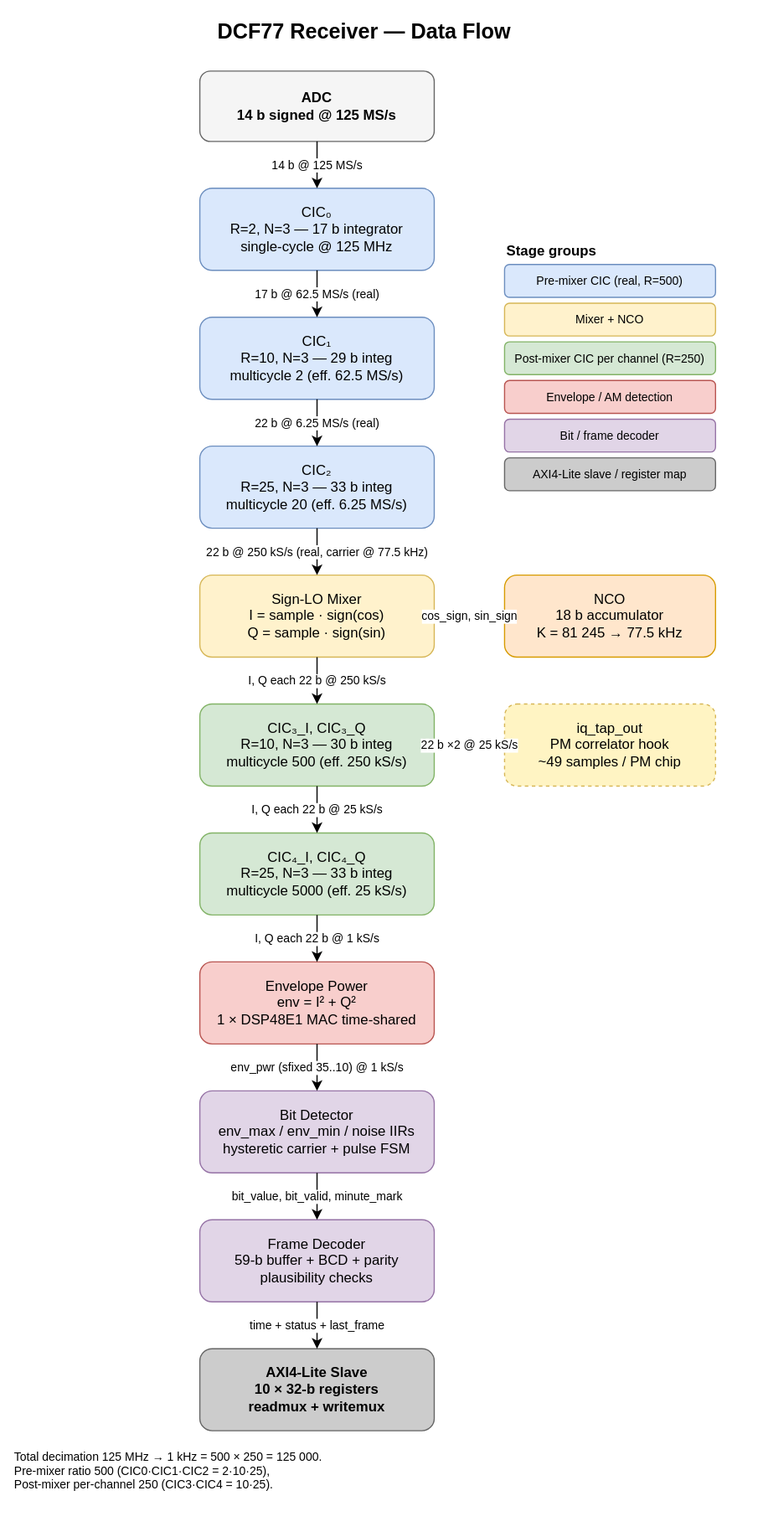
Before: doc/dcf77-dataflow.drawio.svg, a diagram exported from draw.io (dg1yfe/dcf77). Source tidied: cells renumbered, new cells last; positions are measured from the earlier drawing's top-left corner, leaving out a move shared by most shapes.
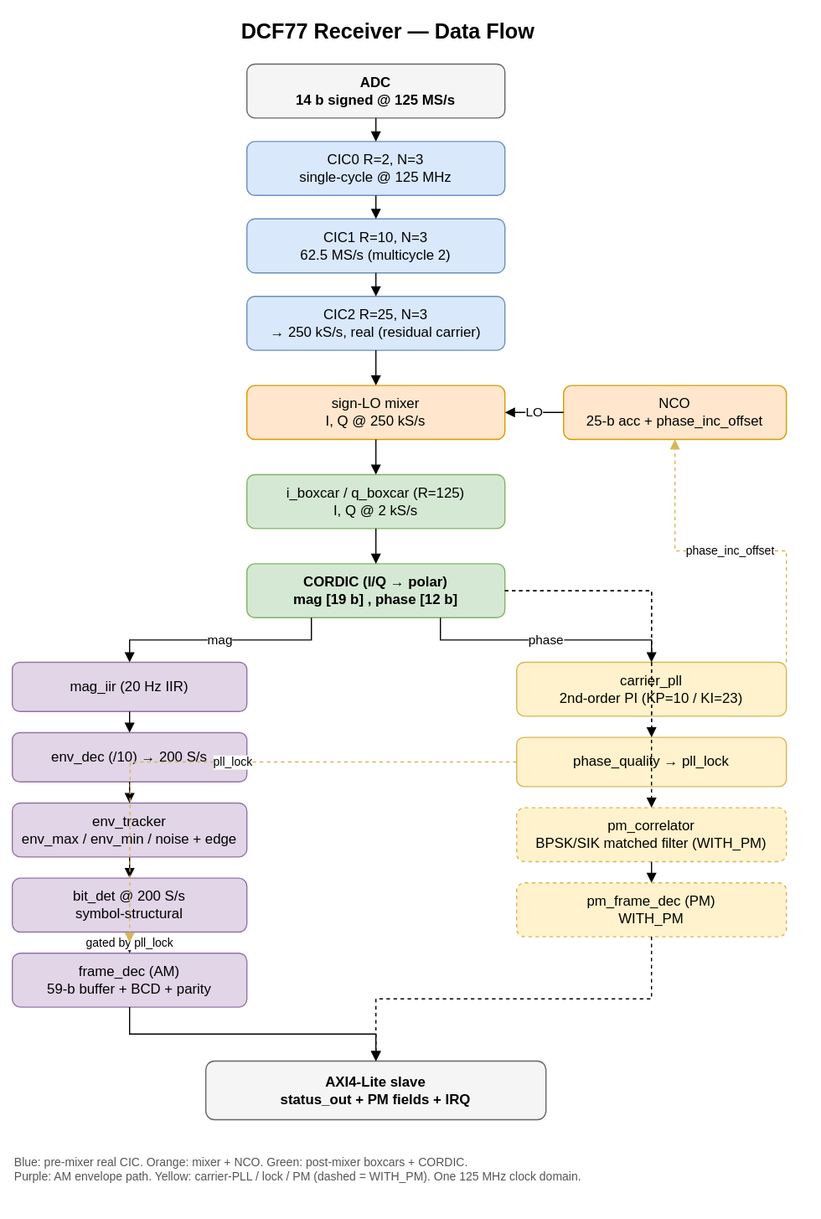
Above is the later version.

Commit message:
doc: redraw dataflow + register-map diagrams for the current architecture

The dataflow SVG still drew the removed CIC3/CIC4 complex post-mixer cascade and an iq_tap port; the register-map SVG showed the old 10-register layout with a FLAGS register. Redraw both from fresh draw.io sources: the current CIC0..CIC2 + mixer/NCO + R=125 boxcars + CORDIC chain with the AM / carrier-PLL / PM branches, and the full 0x00-0x60 register map (reserved 0x10/0x44, PM and PLL blocks marked by their generics).

Change to the diagram source:
```diff
@@ -1,108 +1,126 @@
-<mxGraphModel background="#ffffff">
+<mxGraphModel>
   <root>
     <mxCell id="0" />
     <mxCell id="1" parent="0" />
-    <mxCell id="2" value="DCF77 Receiver — Data Flow" style="text;align=center;fontSize=18;fontStyle=1;html=1;" parent="1" vertex="1">
-      <mxGeometry x="80" width="440" height="30" as="geometry" />
+    <mxCell id="2" value="DCF77 Receiver — Data Flow" style="text;html=1;align=center;fontSize=18;fontStyle=1;" parent="1" vertex="1">
+      <mxGeometry x="140" y="2" width="420" height="30" as="geometry" />
     </mxCell>
     <mxCell id="3" value="ADC&#10;14 b signed @ 125 MS/s" style="rounded=1;whiteSpace=wrap;html=1;fillColor=#f5f5f5;strokeColor=#666666;fontStyle=1;" parent="1" vertex="1">
-      <mxGeometry x="160" y="50" width="200" height="60" as="geometry" />
+      <mxGeometry x="230" y="46" width="220" height="46" as="geometry" />
     </mxCell>
-    <mxCell id="4" value="CIC₀&#10;R=2, N=3 — 17 b integrator&#10;single-cycle @ 125 MHz" style="rounded=1;whiteSpace=wrap;html=1;fillColor=#dae8fc;strokeColor=#6c8ebf;" parent="1" vertex="1">
-      <mxGeometry x="160" y="150" width="200" height="70" as="geometry" />
+    <mxCell id="4" value="CIC0  R=2, N=3&#10;single-cycle @ 125 MHz" style="rounded=1;whiteSpace=wrap;html=1;fillColor=#dae8fc;strokeColor=#6c8ebf;" parent="1" vertex="1">
+      <mxGeometry x="230" y="112" width="220" height="46" as="geometry" />
     </mxCell>
-    <mxCell id="5" value="CIC₁&#10;R=10, N=3 — 29 b integ&#10;multicycle 2 (eff. 62.5 MS/s)" style="rounded=1;whiteSpace=wrap;html=1;fillColor=#dae8fc;strokeColor=#6c8ebf;" parent="1" vertex="1">
-      <mxGeometry x="160" y="260" width="200" height="70" as="geometry" />
+    <mxCell id="5" value="CIC1  R=10, N=3&#10;62.5 MS/s (multicycle 2)" style="rounded=1;whiteSpace=wrap;html=1;fillColor=#dae8fc;strokeColor=#6c8ebf;" parent="1" vertex="1">
+      <mxGeometry x="230" y="178" width="220" height="46" as="geometry" />
     </mxCell>
-    <mxCell id="6" value="CIC₂&#10;R=25, N=3 — 33 b integ&#10;multicycle 20 (eff. 6.25 MS/s)" style="rounded=1;whiteSpace=wrap;html=1;fillColor=#dae8fc;strokeColor=#6c8ebf;" parent="1" vertex="1">
-      <mxGeometry x="160" y="370" width="200" height="70" as="geometry" />
+    <mxCell id="6" value="CIC2  R=25, N=3&#10;→ 250 kS/s, real (residual carrier)" style="rounded=1;whiteSpace=wrap;html=1;fillColor=#dae8fc;strokeColor=#6c8ebf;" parent="1" vertex="1">
+      <mxGeometry x="230" y="244" width="220" height="46" as="geometry" />
     </mxCell>
-    <mxCell id="7" value="Sign-LO Mixer&#10;I = sample · sign(cos)&#10;Q = sample · sign(sin)" style="rounded=1;whiteSpace=wrap;html=1;fillColor=#fff2cc;strokeColor=#d6b656;" parent="1" vertex="1">
-      <mxGeometry x="160" y="480" width="200" height="70" as="geometry" />
+    <mxCell id="7" value="sign-LO mixer&#10;I, Q @ 250 kS/s" style="rounded=1;whiteSpace=wrap;html=1;fillColor=#ffe6cc;strokeColor=#d79b00;" parent="1" vertex="1">
+      <mxGeometry x="230" y="320" width="220" height="46" as="geometry" />
     </mxCell>
-    <mxCell id="8" value="NCO&#10;18 b accumulator&#10;K = 81 245 → 77.5 kHz" style="rounded=1;whiteSpace=wrap;html=1;fillColor=#ffe6cc;strokeColor=#d79b00;" parent="1" vertex="1">
-      <mxGeometry x="420" y="480" width="180" height="70" as="geometry" />
+    <mxCell id="8" value="NCO&#10;25-b acc + phase_inc_offset" style="rounded=1;whiteSpace=wrap;html=1;fillColor=#ffe6cc;strokeColor=#d79b00;" parent="1" vertex="1">
+      <mxGeometry x="500" y="320" width="190" height="46" as="geometry" />
     </mxCell>
-    <mxCell id="9" value="CIC₃_I, CIC₃_Q&#10;R=10, N=3 — 30 b integ&#10;multicycle 500 (eff. 250 kS/s)" style="rounded=1;whiteSpace=wrap;html=1;fillColor=#d5e8d4;strokeColor=#82b366;" parent="1" vertex="1">
-      <mxGeometry x="160" y="590" width="200" height="70" as="geometry" />
-    </mxCell>
-    <mxCell id="10" value="iq_tap_out&#10;PM correlator hook&#10;~49 samples / PM chip" style="rounded=1;whiteSpace=wrap;html=1;fillColor=#fff4c3;strokeColor=#d6b656;dashed=1;" parent="1" vertex="1">
-      <mxGeometry x="420" y="590" width="180" height="70" as="geometry" />
-    </mxCell>
-    <mxCell id="11" value="CIC₄_I, CIC₄_Q&#10;R=25, N=3 — 33 b integ&#10;multicycle 5000 (eff. 25 kS/s)" style="rounded=1;whiteSpace=wrap;html=1;fillColor=#d5e8d4;strokeColor=#82b366;" parent="1" vertex="1">
-      <mxGeometry x="160" y="700" width="200" height="70" as="geometry" />
-    </mxCell>
-    <mxCell id="12" value="Envelope Power&#10;env = I² + Q²&#10;1 × DSP48E1 MAC time-shared" style="rounded=1;whiteSpace=wrap;html=1;fillColor=#f8cecc;strokeColor=#b85450;" parent="1" vertex="1">
-      <mxGeometry x="160" y="810" width="200" height="70" as="geometry" />
-    </mxCell>
+    <mxCell id="36" value="i_boxcar / q_boxcar  (R=125)&#10;I, Q @ 2 kS/s" style="rounded=1;whiteSpace=wrap;html=1;fillColor=#d5e8d4;strokeColor=#82b366;" parent="1" vertex="1">
+      <mxGeometry x="230" y="396" width="220" height="46" as="geometry" />
+    </mxCell>
+    <mxCell id="37" value="CORDIC  (I/Q → polar)&#10;mag [19 b] , phase [12 b]" style="rounded=1;whiteSpace=wrap;html=1;fillColor=#d5e8d4;strokeColor=#82b366;fontStyle=1;" parent="1" vertex="1">
+      <mxGeometry x="230" y="472" width="220" height="46" as="geometry" />
+    </mxCell>
+    <mxCell id="38" value="mag_iir  (20 Hz IIR)" style="rounded=1;whiteSpace=wrap;html=1;fillColor=#e1d5e7;strokeColor=#9673a6;" parent="1" vertex="1">
+      <mxGeometry x="30" y="556" width="200" height="42" as="geometry" />
+    </mxCell>
+    <mxCell id="39" value="env_dec  (/10)  → 200 S/s" style="rounded=1;whiteSpace=wrap;html=1;fillColor=#e1d5e7;strokeColor=#9673a6;" parent="1" vertex="1">
+      <mxGeometry x="30" y="616" width="200" height="42" as="geometry" />
+    </mxCell>
+    <mxCell id="40" value="env_tracker&#10;env_max / env_min / noise + edge" style="rounded=1;whiteSpace=wrap;html=1;fillColor=#e1d5e7;strokeColor=#9673a6;" parent="1" vertex="1">
+      <mxGeometry x="30" y="676" width="200" height="46" as="geometry" />
+    </mxCell>
-    <mxCell id="13" value="Bit Detector&#10;env_max / env_min / noise IIRs&#10;hysteretic carrier + pulse FSM" style="rounded=1;whiteSpace=wrap;html=1;fillColor=#e1d5e7;strokeColor=#9673a6;" parent="1" vertex="1">
-      <mxGeometry x="160" y="920" width="200" height="70" as="geometry" />
+    <mxCell id="13" value="bit_det  @ 200 S/s&#10;symbol-structural" style="rounded=1;whiteSpace=wrap;html=1;fillColor=#e1d5e7;strokeColor=#9673a6;" parent="1" vertex="1">
+      <mxGeometry x="30" y="740" width="200" height="46" as="geometry" />
     </mxCell>
-    <mxCell id="14" value="Frame Decoder&#10;59-b buffer + BCD + parity&#10;plausibility checks" style="rounded=1;whiteSpace=wrap;html=1;fillColor=#e1d5e7;strokeColor=#9673a6;" parent="1" vertex="1">
-      <mxGeometry x="160" y="1030" width="200" height="70" as="geometry" />
+    <mxCell id="14" value="frame_dec  (AM)&#10;59-b buffer + BCD + parity" style="rounded=1;whiteSpace=wrap;html=1;fillColor=#e1d5e7;strokeColor=#9673a6;" parent="1" vertex="1">
+      <mxGeometry x="30" y="804" width="200" height="46" as="geometry" />
     </mxCell>
+    <mxCell id="41" value="carrier_pll&#10;2nd-order PI (KP=10 / KI=23)" style="rounded=1;whiteSpace=wrap;html=1;fillColor=#fff2cc;strokeColor=#d6b656;" parent="1" vertex="1">
+      <mxGeometry x="460" y="556" width="230" height="46" as="geometry" />
+    </mxCell>
+    <mxCell id="42" value="phase_quality  → pll_lock" style="rounded=1;whiteSpace=wrap;html=1;fillColor=#fff2cc;strokeColor=#d6b656;" parent="1" vertex="1">
+      <mxGeometry x="460" y="620" width="230" height="42" as="geometry" />
+    </mxCell>
+    <mxCell id="43" value="pm_correlator&#10;BPSK/SIK matched filter  (WITH_PM)" style="rounded=1;whiteSpace=wrap;html=1;fillColor=#fff2cc;strokeColor=#d6b656;dashed=1;" parent="1" vertex="1">
+      <mxGeometry x="460" y="680" width="230" height="46" as="geometry" />
+    </mxCell>
+    <mxCell id="44" value="pm_frame_dec  (PM)&#10;WITH_PM" style="rounded=1;whiteSpace=wrap;html=1;fillColor=#fff2cc;strokeColor=#d6b656;dashed=1;" parent="1" vertex="1">
+      <mxGeometry x="460" y="744" width="230" height="46" as="geometry" />
+    </mxCell>
-    <mxCell id="15" value="AXI4-Lite Slave&#10;10 × 32-b registers&#10;readmux + writemux" style="rounded=1;whiteSpace=wrap;html=1;fillColor=#cccccc;strokeColor=#666666;fontStyle=1;" parent="1" vertex="1">
-      <mxGeometry x="160" y="1140" width="200" height="70" as="geometry" />
+    <mxCell id="15" value="AXI4-Lite slave&#10;status_out + PM fields + IRQ" style="rounded=1;whiteSpace=wrap;html=1;fillColor=#f5f5f5;strokeColor=#666666;fontStyle=1;" parent="1" vertex="1">
+      <mxGeometry x="195" y="896" width="290" height="50" as="geometry" />
     </mxCell>
-    <mxCell id="16" value="14 b @ 125 MS/s" style="edgeStyle=orthogonalEdgeStyle;rounded=0;endArrow=classic;html=1;fontSize=10;" parent="1" edge="1" source="3" target="4">
+    <mxCell id="16" style="edgeStyle=orthogonalEdgeStyle;rounded=0;html=1;endArrow=block;" parent="1" edge="1" source="3" target="4">
       <mxGeometry relative="1" as="geometry" />
     </mxCell>
-    <mxCell id="17" value="17 b @ 62.5 MS/s (real)" style="edgeStyle=orthogonalEdgeStyle;rounded=0;endArrow=classic;html=1;fontSize=10;" parent="1" edge="1" source="4" target="5">
+    <mxCell id="17" style="edgeStyle=orthogonalEdgeStyle;rounded=0;html=1;endArrow=block;" parent="1" edge="1" source="4" target="5">
       <mxGeometry relative="1" as="geometry" />
     </mxCell>
-    <mxCell id="18" value="22 b @ 6.25 MS/s (real)" style="edgeStyle=orthogonalEdgeStyle;rounded=0;endArrow=classic;html=1;fontSize=10;" parent="1" edge="1" source="5" target="6">
+    <mxCell id="18" style="edgeStyle=orthogonalEdgeStyle;rounded=0;html=1;endArrow=block;" parent="1" edge="1" source="5" target="6">
       <mxGeometry relative="1" as="geometry" />
     </mxCell>
-    <mxCell id="19" value="22 b @ 250 kS/s (real, carrier @ 77.5 kHz)" style="edgeStyle=orthogonalEdgeStyle;rounded=0;endArrow=classic;html=1;fontSize=10;" parent="1" edge="1" source="6" target="7">
+    <mxCell id="19" style="edgeStyle=orthogonalEdgeStyle;rounded=0;html=1;endArrow=block;" parent="1" edge="1" source="6" target="7">
       <mxGeometry relative="1" as="geometry" />
     </mxCell>
-    <mxCell id="20" value="cos_sign, sin_sign" style="edgeStyle=orthogonalEdgeStyle;rounded=0;endArrow=classic;html=1;fontSize=10;" parent="1" edge="1" source="8" target="7">
+    <mxCell id="20" value="LO" style="edgeStyle=orthogonalEdgeStyle;rounded=0;html=1;endArrow=block;" parent="1" edge="1" source="8" target="7">
       <mxGeometry relative="1" as="geometry" />
     </mxCell>
-    <mxCell id="21" value="I, Q each 22 b @ 250 kS/s" style="edgeStyle=orthogonalEdgeStyle;rounded=0;endArrow=classic;html=1;fontSize=10;" parent="1" edge="1" source="7" target="9">
-      <mxGeometry relative="1" as="geometry" />
-    </mxCell>
-    <mxCell id="22" value="22 b ×2 @ 25 kS/s" style="edgeStyle=orthogonalEdgeStyle;rounded=0;endArrow=classic;html=1;fontSize=10;dashed=1;" parent="1" edge="1" source="9" target="10">
-      <mxGeometry relative="1" as="geometry" />
-    </mxCell>
-    <mxCell id="23" value="I, Q each 22 b @ 25 kS/s" style="edgeStyle=orthogonalEdgeStyle;rounded=0;endArrow=classic;html=1;fontSize=10;" parent="1" edge="1" source="9" target="11">
-      <mxGeometry relative="1" as="geometry" />
-    </mxCell>
-    <mxCell id="24" value="I, Q each 22 b @ 1 kS/s" style="edgeStyle=orthogonalEdgeStyle;rounded=0;endArrow=classic;html=1;fontSize=10;" parent="1" edge="1" source="11" target="12">
-      <mxGeometry relative="1" as="geometry" />
-    </mxCell>
-    <mxCell id="25" value="env_pwr (sfixed 35..10) @ 1 kS/s" style="edgeStyle=orthogonalEdgeStyle;rounded=0;endArrow=classic;html=1;fontSize=10;" parent="1" edge="1" source="12" target="13">
-      <mxGeometry relative="1" as="geometry" />
-    </mxCell>
+    <mxCell id="45" style="edgeStyle=orthogonalEdgeStyle;rounded=0;html=1;endArrow=block;" parent="1" edge="1" source="7" target="36">
+      <mxGeometry relative="1" as="geometry" />
+    </mxCell>
+    <mxCell id="46" style="edgeStyle=orthogonalEdgeStyle;rounded=0;html=1;endArrow=block;" parent="1" edge="1" source="36" target="37">
+      <mxGeometry relative="1" as="geometry" />
+    </mxCell>
+    <mxCell id="47" value="mag" style="edgeStyle=orthogonalEdgeStyle;rounded=0;html=1;endArrow=block;exitX=0.25;exitY=1;exitDx=0;exitDy=0;entryX=0.5;entryY=0;entryDx=0;entryDy=0;" parent="1" edge="1" source="37" target="38">
+      <mxGeometry relative="1" as="geometry" />
+    </mxCell>
+    <mxCell id="48" style="edgeStyle=orthogonalEdgeStyle;rounded=0;html=1;endArrow=block;" parent="1" edge="1" source="38" target="39">
+      <mxGeometry relative="1" as="geometry" />
+    </mxCell>
+    <mxCell id="49" style="edgeStyle=orthogonalEdgeStyle;rounded=0;html=1;endArrow=block;" parent="1" edge="1" source="39" target="40">
+      <mxGeometry relative="1" as="geometry" />
+    </mxCell>
+    <mxCell id="50" style="edgeStyle=orthogonalEdgeStyle;rounded=0;html=1;endArrow=block;" parent="1" edge="1" source="40" target="13">
+      <mxGeometry relative="1" as="geometry" />
+    </mxCell>
-    <mxCell id="26" value="bit_value, bit_valid, minute_mark" style="edgeStyle=orthogonalEdgeStyle;rounded=0;endArrow=classic;html=1;fontSize=10;" parent="1" edge="1" source="13" target="14">
+    <mxCell id="26" value="gated by pll_lock" style="edgeStyle=orthogonalEdgeStyle;rounded=0;html=1;endArrow=block;fontSize=10;" parent="1" edge="1" source="13" target="14">
       <mxGeometry relative="1" as="geometry" />
     </mxCell>
+    <mxCell id="51" value="phase" style="edgeStyle=orthogonalEdgeStyle;rounded=0;html=1;endArrow=block;exitX=0.75;exitY=1;exitDx=0;exitDy=0;entryX=0.5;entryY=0;entryDx=0;entryDy=0;" parent="1" edge="1" source="37" target="41">
+      <mxGeometry relative="1" as="geometry" />
+    </mxCell>
+    <mxCell id="52" style="edgeStyle=orthogonalEdgeStyle;rounded=0;html=1;endArrow=block;dashed=1;" parent="1" edge="1" source="37" target="42">
+      <mxGeometry relative="1" as="geometry" />
+    </mxCell>
+    <mxCell id="53" style="edgeStyle=orthogonalEdgeStyle;rounded=0;html=1;endArrow=block;dashed=1;" parent="1" edge="1" source="37" target="43">
+      <mxGeometry relative="1" as="geometry" />
+    </mxCell>
+    <mxCell id="54" style="edgeStyle=orthogonalEdgeStyle;rounded=0;html=1;endArrow=block;" parent="1" edge="1" source="43" target="44">
+      <mxGeometry relative="1" as="geometry" />
+    </mxCell>
+    <mxCell id="55" value="phase_inc_offset" style="edgeStyle=orthogonalEdgeStyle;rounded=0;html=1;endArrow=block;dashed=1;strokeColor=#d6b656;fontSize=10;exitX=1;exitY=0;exitDx=0;exitDy=0;entryX=0.5;entryY=1;entryDx=0;entryDy=0;" parent="1" edge="1" source="41" target="8">
+      <mxGeometry relative="1" as="geometry" />
+    </mxCell>
+    <mxCell id="56" value="pll_lock" style="edgeStyle=orthogonalEdgeStyle;rounded=0;html=1;endArrow=block;dashed=1;strokeColor=#d6b656;fontSize=10;" parent="1" edge="1" source="42" target="26">
+      <mxGeometry relative="1" as="geometry" />
+    </mxCell>
-    <mxCell id="27" value="time + status + last_frame" style="edgeStyle=orthogonalEdgeStyle;rounded=0;endArrow=classic;html=1;fontSize=10;" parent="1" edge="1" source="14" target="15">
+    <mxCell id="27" style="edgeStyle=orthogonalEdgeStyle;rounded=0;html=1;endArrow=block;" parent="1" edge="1" source="14" target="15">
       <mxGeometry relative="1" as="geometry" />
     </mxCell>
-    <mxCell id="28" value="Stage groups" style="text;align=left;fontStyle=1;html=1;" parent="1" vertex="1">
-      <mxGeometry x="420" y="190" width="180" height="20" as="geometry" />
-    </mxCell>
-    <mxCell id="29" value="Pre-mixer CIC (real, R=500)" style="rounded=1;whiteSpace=wrap;html=1;fillColor=#dae8fc;strokeColor=#6c8ebf;fontSize=10;" parent="1" vertex="1">
-      <mxGeometry x="420" y="215" width="180" height="28" as="geometry" />
-    </mxCell>
-    <mxCell id="30" value="Mixer + NCO" style="rounded=1;whiteSpace=wrap;html=1;fillColor=#fff2cc;strokeColor=#d6b656;fontSize=10;" parent="1" vertex="1">
-      <mxGeometry x="420" y="248" width="180" height="28" as="geometry" />
-    </mxCell>
-    <mxCell id="31" value="Post-mixer CIC per channel (R=250)" style="rounded=1;whiteSpace=wrap;html=1;fillColor=#d5e8d4;strokeColor=#82b366;fontSize=10;" parent="1" vertex="1">
-      <mxGeometry x="420" y="281" width="180" height="28" as="geometry" />
-    </mxCell>
-    <mxCell id="32" value="Envelope / AM detection" style="rounded=1;whiteSpace=wrap;html=1;fillColor=#f8cecc;strokeColor=#b85450;fontSize=10;" parent="1" vertex="1">
-      <mxGeometry x="420" y="314" width="180" height="28" as="geometry" />
-    </mxCell>
-    <mxCell id="33" value="Bit / frame decoder" style="rounded=1;whiteSpace=wrap;html=1;fillColor=#e1d5e7;strokeColor=#9673a6;fontSize=10;" parent="1" vertex="1">
-      <mxGeometry x="420" y="347" width="180" height="28" as="geometry" />
-    </mxCell>
-    <mxCell id="34" value="AXI4-Lite slave / register map" style="rounded=1;whiteSpace=wrap;html=1;fillColor=#cccccc;strokeColor=#666666;fontSize=10;" parent="1" vertex="1">
-      <mxGeometry x="420" y="380" width="180" height="28" as="geometry" />
-    </mxCell>
-    <mxCell id="35" value="Total decimation 125 MHz → 1 kHz = 500 × 250 = 125 000.&#10;Pre-mixer ratio 500 (CIC0·CIC1·CIC2 = 2·10·25),&#10;Post-mixer per-channel 250 (CIC3·CIC4 = 10·25)." style="text;align=left;fontSize=10;html=1;" parent="1" vertex="1">
-      <mxGeometry y="1220" width="620" height="60" as="geometry" />
-    </mxCell>
+    <mxCell id="57" style="edgeStyle=orthogonalEdgeStyle;rounded=0;html=1;endArrow=block;dashed=1;" parent="1" edge="1" source="44" target="15">
+      <mxGeometry relative="1" as="geometry" />
+    </mxCell>
+    <mxCell id="58" value="Blue: pre-mixer real CIC.  Orange: mixer + NCO.  Green: post-mixer boxcars + CORDIC.&#10;Purple: AM envelope path.  Yellow: carrier-PLL / lock / PM (dashed = WITH_PM).  One 125 MHz clock domain." style="text;html=1;align=left;fontSize=10;fontColor=#555555;" parent="1" vertex="1">
+      <mxGeometry x="30" y="970" width="660" height="40" as="geometry" />
+    </mxCell>
   </root>
 </mxGraphModel>
```
